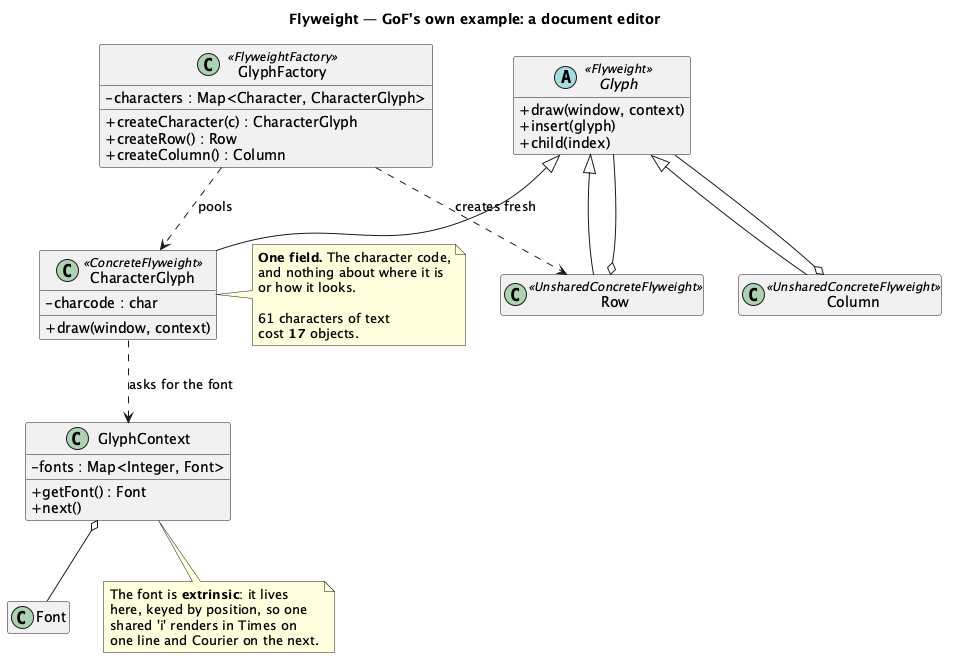
Earlier version of the PlantUML export src/main/java/dev/kaldiroglu/dp/structural/flyweight/gof/uml/Flyweight - Glyphs - Class Diagram.png (kaldiroglu/DesignPatternsWithJava). Its source is kept beside it as src/main/java/dev/kaldiroglu/dp/structural/flyweight/gof/uml/Flyweight - Glyphs - Class Diagram.puml. The source it was exported from:
```plantuml
@startuml "Flyweight - Glyphs - Class Diagram"
skinparam classAttributeIconSize 0
hide empty members
title Flyweight — GoF's own example: a document editor


abstract class Glyph <<Flyweight>> {
  + draw(window, context)
  + insert(glyph)
  + child(index)
}

class CharacterGlyph <<ConcreteFlyweight>> {
  - charcode : char
  + draw(window, context)
}

class Row <<UnsharedConcreteFlyweight>>
class Column <<UnsharedConcreteFlyweight>>

class GlyphFactory <<FlyweightFactory>> {
  - characters : Map<Character, CharacterGlyph>
  + createCharacter(c) : CharacterGlyph
  + createRow() : Row
  + createColumn() : Column
}

class GlyphContext {
  - fonts : Map<Integer, Font>
  + getFont() : Font
  + next()
}

class Font

Glyph <|-- CharacterGlyph
Glyph <|-- Row
Glyph <|-- Column
Row o-- Glyph
Column o-- Glyph
GlyphFactory ..> CharacterGlyph : "pools"
GlyphFactory ..> Row : "creates fresh"
CharacterGlyph ..> GlyphContext : "asks for the font"
GlyphContext o-- Font

note right of CharacterGlyph
  <b>One field.</b> The character code,
  and nothing about where it is
  or how it looks.

  61 characters of text
  cost <b>17</b> objects.
end note

note bottom of GlyphContext
  The font is <b>extrinsic</b>: it lives
  here, keyed by position, so one
  shared 'i' renders in Times on
  one line and Courier on the next.
end note

@enduml
```
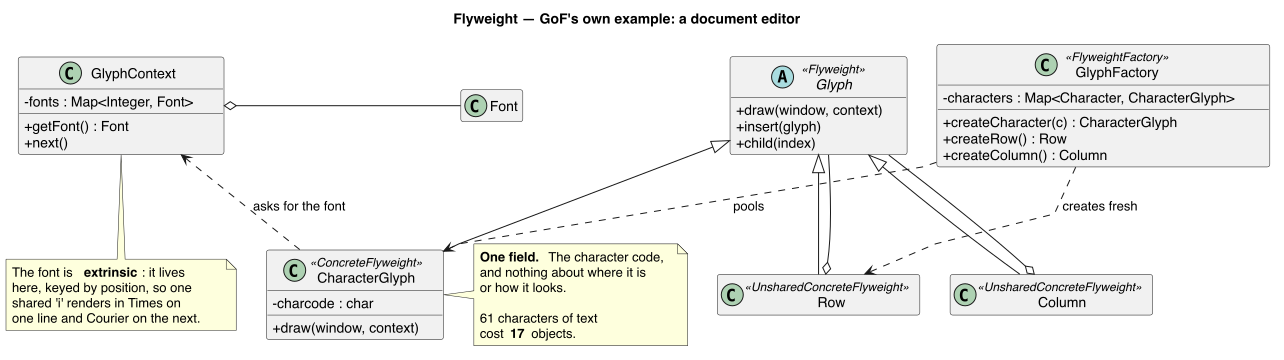
The same file after the commit.

Diff of the diagram source:
```diff
@@ -1,4 +1,6 @@
 @startuml "Flyweight - Glyphs - Class Diagram"
+skinparam linetype polyline
+skinparam nodesep 30
 skinparam classAttributeIconSize 0
 hide empty members
 title Flyweight — GoF's own example: a document editor
@@ -36,12 +38,6 @@
 Glyph <|-- CharacterGlyph
 Glyph <|-- Row
 Glyph <|-- Column
-Row o-- Glyph
-Column o-- Glyph
-GlyphFactory ..> CharacterGlyph : "pools"
-GlyphFactory ..> Row : "creates fresh"
-CharacterGlyph ..> GlyphContext : "asks for the font"
-GlyphContext o-- Font
 
 note right of CharacterGlyph
   <b>One field.</b> The character code,
@@ -59,4 +55,10 @@
   one line and Courier on the next.
 end note
 
+Row o-[norank]- Glyph
+Column o-[norank]- Glyph
+GlyphFactory .[norank].> CharacterGlyph : "pools"
+GlyphFactory .[norank].> Row : "creates fresh"
+CharacterGlyph .[norank].> GlyphContext : "asks for the font"
+GlyphContext o-[norank]- Font
 @enduml
```
